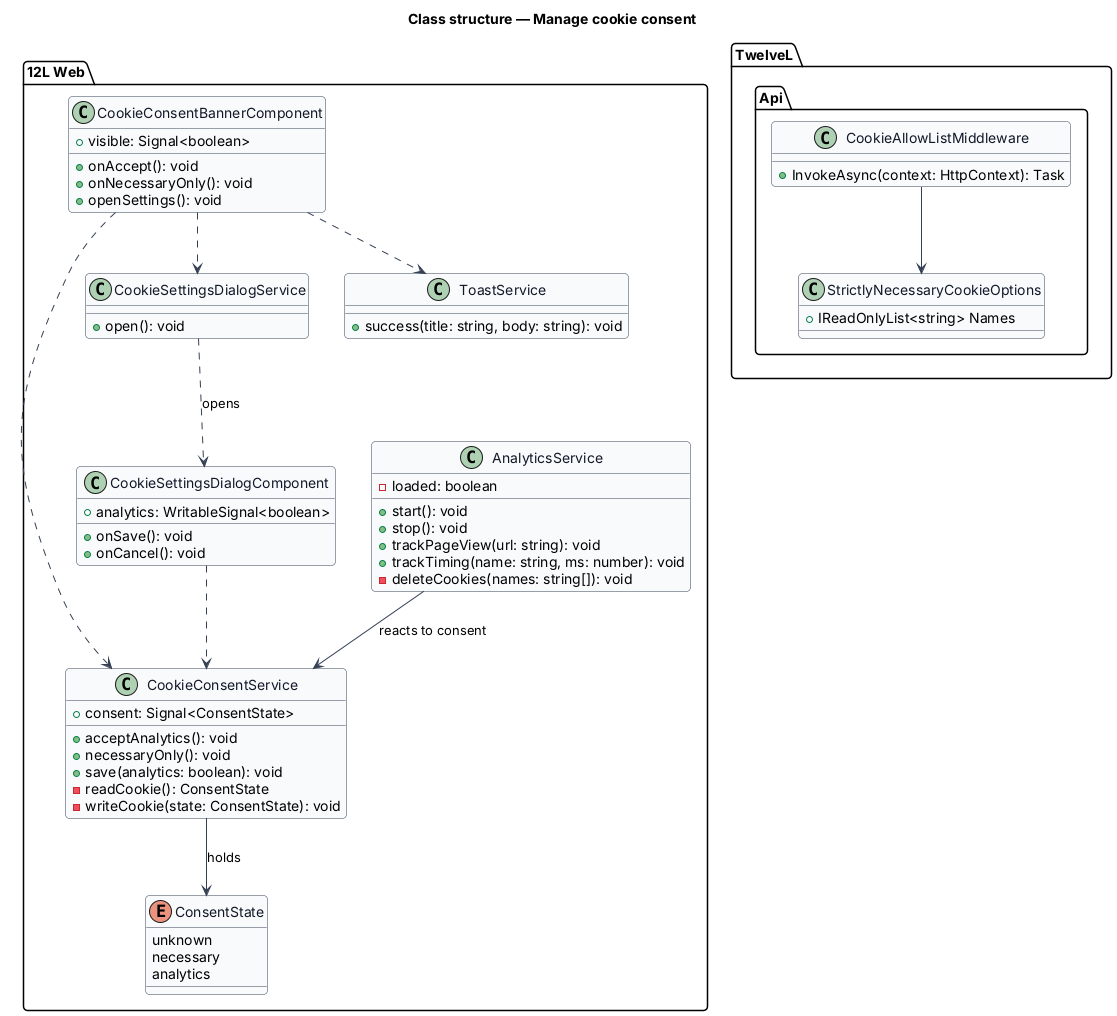
Above: docs/detailed-designs/privacy/manage-cookie-consent/diagrams/class-structure.png in QuinntyneBrown/12l (PlantUML), before the change. The source it was exported from:
```plantuml
@startuml
skinparam backgroundColor #FFFFFF
skinparam shadowing false
skinparam roundcorner 8
skinparam defaultFontName Arial
skinparam ArrowColor #344054
skinparam class {
  BorderColor #344054
  FontColor #101828
  BackgroundColor #F9FAFB
}
title Class structure — Manage cookie consent

package "12L Web" {
  enum ConsentState {
    unknown
    necessary
    analytics
  }
  class CookieConsentService {
    +consent: Signal<ConsentState>
    +acceptAnalytics(): void
    +necessaryOnly(): void
    +save(analytics: boolean): void
    -readCookie(): ConsentState
    -writeCookie(state: ConsentState): void
  }
  class AnalyticsService {
    -loaded: boolean
    +start(): void
    +stop(): void
    +trackPageView(url: string): void
    +trackTiming(name: string, ms: number): void
    -deleteCookies(names: string[]): void
  }
  class CookieConsentBannerComponent {
    +visible: Signal<boolean>
    +onAccept(): void
    +onNecessaryOnly(): void
    +openSettings(): void
  }
  class CookieSettingsDialogComponent {
    +analytics: WritableSignal<boolean>
    +onSave(): void
    +onCancel(): void
  }
  class CookieSettingsDialogService {
    +open(): void
  }
  class ToastService {
    +success(title: string, body: string): void
  }
}
package "TwelveL.Api" {
  class StrictlyNecessaryCookieOptions {
    +IReadOnlyList<string> Names
  }
  class CookieAllowListMiddleware {
    +InvokeAsync(context: HttpContext): Task
  }
}

CookieConsentService --> ConsentState : holds
AnalyticsService --> CookieConsentService : reacts to consent
CookieConsentBannerComponent ..> CookieConsentService
CookieConsentBannerComponent ..> ToastService
CookieConsentBannerComponent ..> CookieSettingsDialogService
CookieSettingsDialogService ..> CookieSettingsDialogComponent : opens
CookieSettingsDialogComponent ..> CookieConsentService
CookieAllowListMiddleware --> StrictlyNecessaryCookieOptions
@enduml
```
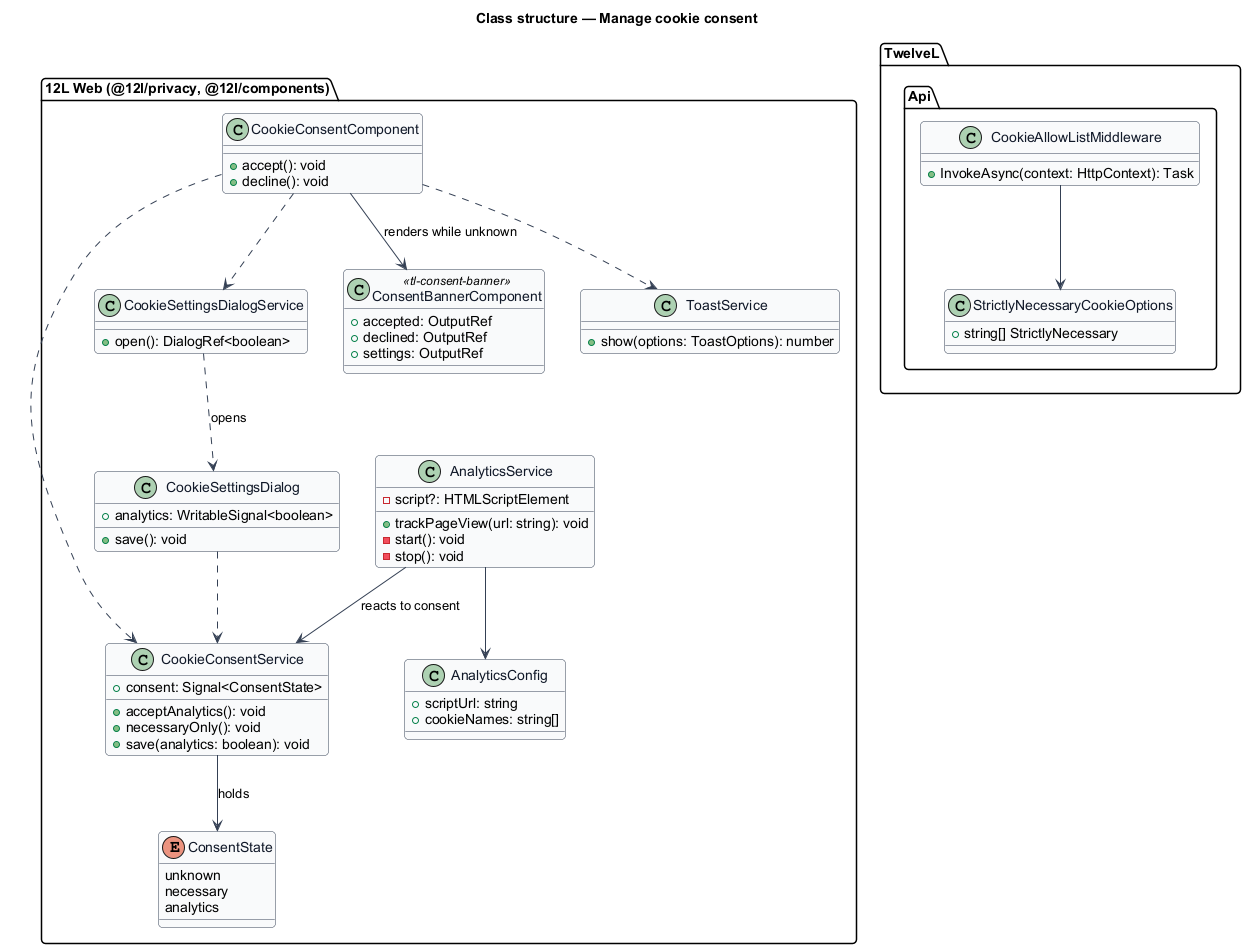
The same diagram one commit later.

Change to the diagram source:
```diff
@@ -11,7 +11,7 @@
 }
 title Class structure — Manage cookie consent
 
-package "12L Web" {
+package "12L Web (@12l/privacy, @12l/components)" {
   enum ConsentState {
     unknown
     necessary
@@ -22,38 +22,40 @@
     +acceptAnalytics(): void
     +necessaryOnly(): void
     +save(analytics: boolean): void
-    -readCookie(): ConsentState
-    -writeCookie(state: ConsentState): void
+  }
+  class AnalyticsConfig {
+    +scriptUrl: string
+    +cookieNames: string[]
   }
   class AnalyticsService {
-    -loaded: boolean
-    +start(): void
-    +stop(): void
+    -script?: HTMLScriptElement
     +trackPageView(url: string): void
-    +trackTiming(name: string, ms: number): void
-    -deleteCookies(names: string[]): void
+    -start(): void
+    -stop(): void
   }
-  class CookieConsentBannerComponent {
-    +visible: Signal<boolean>
-    +onAccept(): void
-    +onNecessaryOnly(): void
-    +openSettings(): void
+  class CookieConsentComponent {
+    +accept(): void
+    +decline(): void
   }
-  class CookieSettingsDialogComponent {
+  class CookieSettingsDialog {
     +analytics: WritableSignal<boolean>
-    +onSave(): void
-    +onCancel(): void
+    +save(): void
   }
   class CookieSettingsDialogService {
-    +open(): void
+    +open(): DialogRef<boolean>
+  }
+  class ConsentBannerComponent <<tl-consent-banner>> {
+    +accepted: OutputRef
+    +declined: OutputRef
+    +settings: OutputRef
   }
   class ToastService {
-    +success(title: string, body: string): void
+    +show(options: ToastOptions): number
   }
 }
 package "TwelveL.Api" {
   class StrictlyNecessaryCookieOptions {
-    +IReadOnlyList<string> Names
+    +string[] StrictlyNecessary
   }
   class CookieAllowListMiddleware {
     +InvokeAsync(context: HttpContext): Task
@@ -62,10 +64,12 @@
 
 CookieConsentService --> ConsentState : holds
 AnalyticsService --> CookieConsentService : reacts to consent
-CookieConsentBannerComponent ..> CookieConsentService
-CookieConsentBannerComponent ..> ToastService
-CookieConsentBannerComponent ..> CookieSettingsDialogService
-CookieSettingsDialogService ..> CookieSettingsDialogComponent : opens
-CookieSettingsDialogComponent ..> CookieConsentService
+AnalyticsService --> AnalyticsConfig
+CookieConsentComponent --> ConsentBannerComponent : renders while unknown
+CookieConsentComponent ..> CookieConsentService
+CookieConsentComponent ..> ToastService
+CookieConsentComponent ..> CookieSettingsDialogService
+CookieSettingsDialogService ..> CookieSettingsDialog : opens
+CookieSettingsDialog ..> CookieConsentService
 CookieAllowListMiddleware --> StrictlyNecessaryCookieOptions
 @enduml
```
